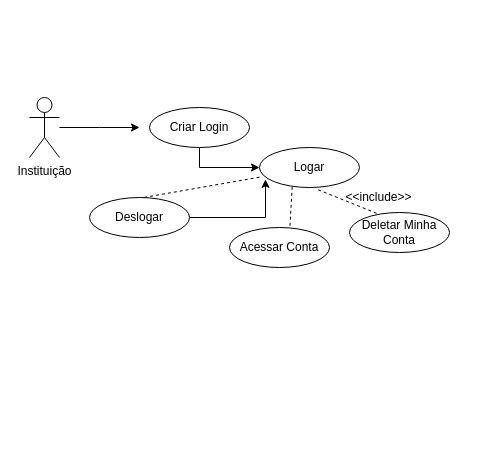
Above: Logar.drawio in giiovianamoreira/Projeto-de-Plataformas-Sociais (draw.io), before the change. Source tidied: cells renumbered, new cells numbered last; positions are measured from the earlier drawing's top-left corner, leaving out a move shared by most shapes. Both pictures are drawn from the tidied source at 100%, with x=0, y=0 at pixel (29, 97).
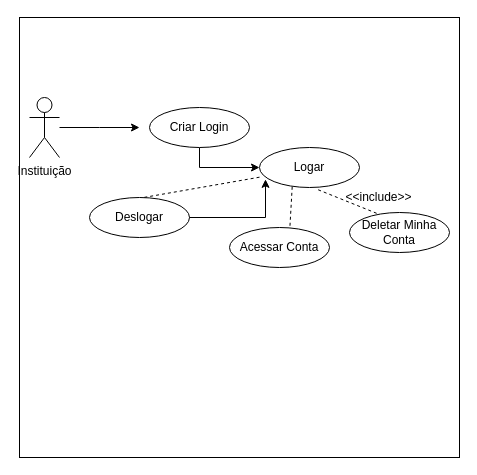
The same page after the edit.

What changed in the source:
```diff
@@
 <mxGraphModel>
   <root>
     <mxCell id="0" />
     <mxCell id="1" parent="0" />
+    <mxCell id="15" style="whiteSpace=wrap;html=1;" parent="1" vertex="1">
+      <mxGeometry x="-10" y="-80" width="440" height="440" as="geometry" />
+    </mxCell>
     <mxCell id="2" style="edgeStyle=orthogonalEdgeStyle;rounded=0;jettySize=auto;html=1;" parent="1" edge="1" source="3">
       <mxGeometry relative="1" as="geometry">
         <mxPoint x="110" y="30" as="targetPoint" />
       </mxGeometry>
     </mxCell>
     <mxCell id="3" value="Instituição" style="shape=umlActor;verticalLabelPosition=bottom;verticalAlign=top;html=1;outlineConnect=0;" parent="1" vertex="1">
       <mxGeometry width="30" height="60" as="geometry" />
     </mxCell>
     <mxCell id="4" style="edgeStyle=orthogonalEdgeStyle;rounded=0;jettySize=auto;html=1;exitX=0.5;exitY=1;exitDx=0;exitDy=0;" parent="1" edge="1" source="5" target="6">
       <mxGeometry relative="1" as="geometry" />
     </mxCell>
     <mxCell id="5" value="Criar Login" style="ellipse;whiteSpace=wrap;html=1;" parent="1" vertex="1">
       <mxGeometry x="120" y="10" width="100" height="40" as="geometry" />
     </mxCell>
     <mxCell id="6" value="Logar" style="ellipse;whiteSpace=wrap;html=1;" parent="1" vertex="1">
       <mxGeometry x="230" y="50" width="100" height="40" as="geometry" />
     </mxCell>
     <mxCell id="7" value="Acessar Conta" style="ellipse;whiteSpace=wrap;html=1;" parent="1" vertex="1">
       <mxGeometry x="200" y="130" width="100" height="40" as="geometry" />
     </mxCell>
     <mxCell id="8" style="endArrow=none;dashed=1;html=1;rounded=0;entryX=0.603;entryY=0.035;entryDx=0;entryDy=0;exitX=0.327;exitY=0.983;exitDx=0;exitDy=0;exitPerimeter=0;entryPerimeter=0;" parent="1" edge="1" source="6" target="7">
       <mxGeometry relative="1" as="geometry" />
     </mxCell>
     <mxCell id="9" style="endArrow=none;dashed=1;html=1;rounded=0;entryX=0.565;entryY=1.035;entryDx=0;entryDy=0;exitX=0.327;exitY=0.076;exitDx=0;exitDy=0;exitPerimeter=0;entryPerimeter=0;" parent="1" edge="1" source="10" target="6">
       <mxGeometry relative="1" as="geometry" />
     </mxCell>
     <mxCell id="10" value="Deletar Minha Conta" style="ellipse;whiteSpace=wrap;html=1;" parent="1" vertex="1">
       <mxGeometry x="320" y="115" width="100" height="40" as="geometry" />
     </mxCell>
     <mxCell id="11" style="endArrow=none;dashed=1;html=1;rounded=0;entryX=0.641;entryY=0.058;entryDx=0;entryDy=0;entryPerimeter=0;" parent="1" edge="1">
       <mxGeometry relative="1" as="geometry">
         <mxPoint x="230" y="79.7" as="sourcePoint" />
         <mxPoint x="114.1" y="100" as="targetPoint" />
       </mxGeometry>
     </mxCell>
     <mxCell id="12" value="Deslogar" style="ellipse;whiteSpace=wrap;html=1;" parent="1" vertex="1">
       <mxGeometry x="60" y="100" width="100" height="40" as="geometry" />
     </mxCell>
     <mxCell id="13" style="edgeStyle=orthogonalEdgeStyle;rounded=0;jettySize=auto;html=1;entryX=0.06;entryY=0.796;entryDx=0;entryDy=0;entryPerimeter=0;" parent="1" edge="1" source="12" target="6">
       <mxGeometry relative="1" as="geometry" />
     </mxCell>
     <mxCell id="14" value="&amp;lt;&amp;lt;include&amp;gt;&amp;gt;" style="text;html=1;align=center;verticalAlign=middle;strokeColor=none;fillColor=none;" parent="1" vertex="1">
       <mxGeometry x="304" y="85" width="90" height="30" as="geometry" />
     </mxCell>
   </root>
 </mxGraphModel>
```
